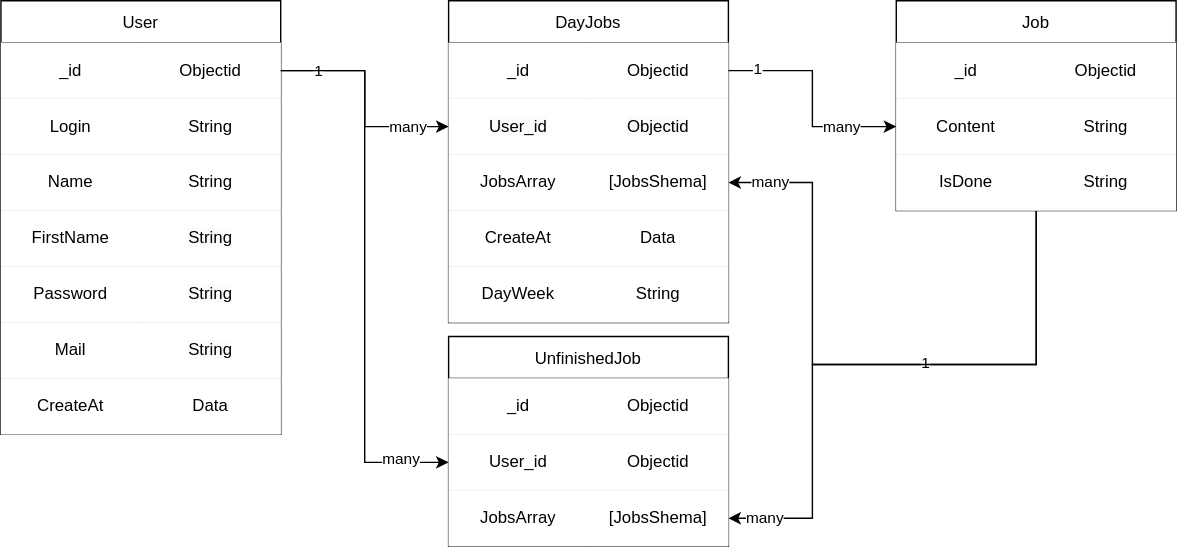
This is FireWeekDiagram.drawio.svg from lambehorn/FireWeek, a draw.io export, as it was before one commit. Source tidied: cells renumbered, new cells last; positions are measured from the earlier drawing's top-left corner, leaving out a move shared by most shapes.
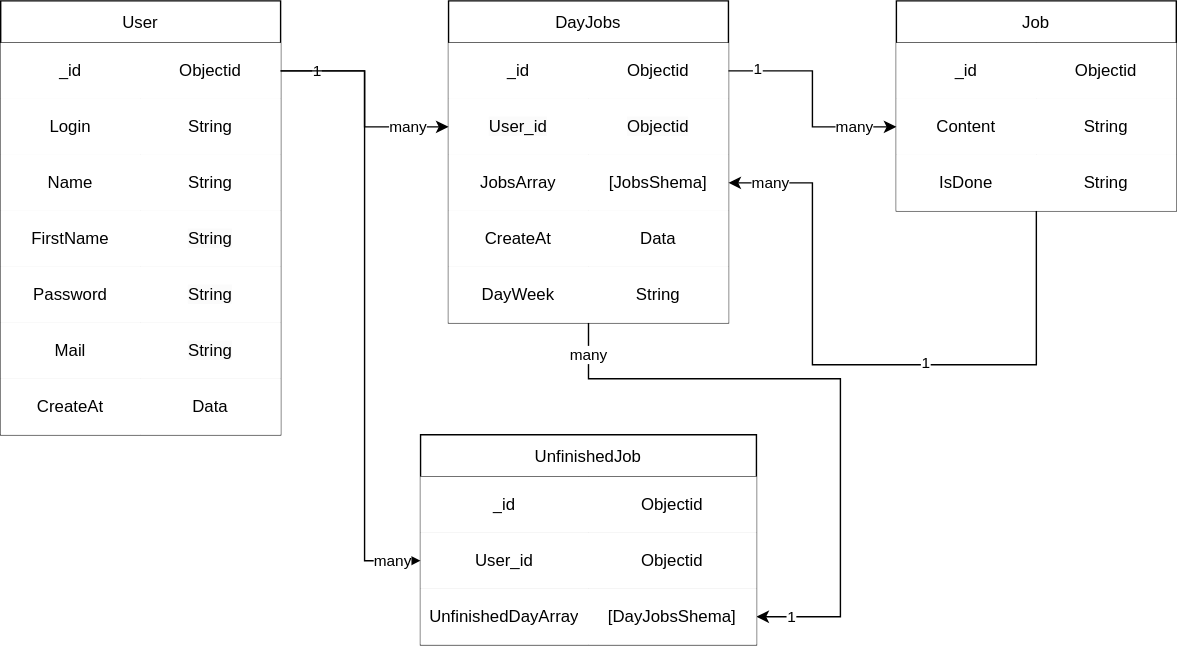
Later version of the same file.

Change to the diagram source:
```diff
@@ -68,6 +68,23 @@
     <mxCell id="23" value="Data" style="shape=partialRectangle;html=1;whiteSpace=wrap;overflow=hidden;top=0;left=0;bottom=0;right=0;" parent="21" vertex="1">
       <mxGeometry x="100" width="100" height="40" as="geometry" />
     </mxCell>
+    <mxCell id="73" style="edgeStyle=orthogonalEdgeStyle;rounded=0;jettySize=auto;html=1;" parent="1" edge="1" source="24" target="68">
+      <mxGeometry relative="1" as="geometry">
+        <Array as="points">
+          <mxPoint x="420" y="270" />
+          <mxPoint x="600" y="270" />
+          <mxPoint x="600" y="440" />
+        </Array>
+      </mxGeometry>
+    </mxCell>
+    <mxCell id="74" value="many" style="edgeLabel;html=1;align=center;verticalAlign=middle;" parent="73" vertex="1">
+      <mxGeometry x="-0.94" y="-1" relative="1" as="geometry">
+        <mxPoint x="1" y="9" as="offset" />
+      </mxGeometry>
+    </mxCell>
+    <mxCell id="75" value="1" style="edgeLabel;html=1;align=center;verticalAlign=middle;" parent="73" vertex="1">
+      <mxGeometry x="0.89" relative="1" as="geometry" />
+    </mxCell>
     <mxCell id="24" value="DayJobs" style="shape=table;startSize=30;" parent="1" vertex="1">
       <mxGeometry x="320" width="200" height="230" as="geometry" />
     </mxCell>
@@ -148,20 +165,6 @@
         <mxPoint x="-65" as="offset" />
       </mxGeometry>
     </mxCell>
-    <mxCell id="46" style="edgeStyle=orthogonalEdgeStyle;rounded=0;jettySize=auto;html=1;" parent="1" edge="1" source="48" target="68">
-      <mxGeometry relative="1" as="geometry">
-        <Array as="points">
-          <mxPoint x="740" y="260" />
-          <mxPoint x="580" y="260" />
-          <mxPoint x="580" y="370" />
-        </Array>
-      </mxGeometry>
-    </mxCell>
-    <mxCell id="47" value="many" style="edgeLabel;html=1;align=center;verticalAlign=middle;" parent="46" vertex="1">
-      <mxGeometry x="0.83" relative="1" as="geometry">
-        <mxPoint x="-12" as="offset" />
-      </mxGeometry>
-    </mxCell>
     <mxCell id="48" value="Job" style="shape=table;startSize=30;" parent="1" vertex="1">
       <mxGeometry x="640" width="200" height="150" as="geometry" />
     </mxCell>
@@ -205,46 +208,53 @@
         <mxPoint x="-7" as="offset" />
       </mxGeometry>
     </mxCell>
-    <mxCell id="60" value="many" style="edgeLabel;html=1;align=center;verticalAlign=middle;" parent="58" vertex="1">
-      <mxGeometry x="0.36" relative="1" as="geometry">
-        <mxPoint x="12" as="offset" />
-      </mxGeometry>
-    </mxCell>
+    <mxCell id="76" value="many" style="edgeLabel;html=1;align=center;verticalAlign=middle;" parent="58" vertex="1">
+      <mxGeometry x="0.52" y="3" relative="1" as="geometry">
+        <mxPoint x="8" y="3" as="offset" />
+      </mxGeometry>
+    </mxCell>
     <mxCell id="61" value="UnfinishedJob" style="shape=table;startSize=30;" parent="1" vertex="1">
-      <mxGeometry x="320" y="240" width="200" height="150" as="geometry" />
+      <mxGeometry x="300" y="310" width="240" height="150" as="geometry" />
     </mxCell>
     <mxCell id="62" style="shape=tableRow;horizontal=0;startSize=0;swimlaneHead=0;swimlaneBody=0;top=0;left=0;bottom=0;right=0;" parent="61" vertex="1">
-      <mxGeometry y="30" width="200" height="40" as="geometry" />
+      <mxGeometry y="30" width="240" height="40" as="geometry" />
     </mxCell>
     <mxCell id="63" value="_id" style="shape=partialRectangle;html=1;whiteSpace=wrap;overflow=hidden;top=0;left=0;bottom=0;right=0;" parent="62" vertex="1">
-      <mxGeometry width="100" height="40" as="geometry" />
+      <mxGeometry width="120" height="40" as="geometry" />
     </mxCell>
     <mxCell id="64" value="Objectid" style="shape=partialRectangle;html=1;whiteSpace=wrap;overflow=hidden;top=0;left=0;bottom=0;right=0;" parent="62" vertex="1">
-      <mxGeometry x="100" width="100" height="40" as="geometry" />
+      <mxGeometry x="120" width="120" height="40" as="geometry" />
     </mxCell>
     <mxCell id="65" style="shape=tableRow;horizontal=0;startSize=0;swimlaneHead=0;swimlaneBody=0;top=0;left=0;bottom=0;right=0;points=[[0,0.5],[1,0.5]];portConstraint=eastwest;" parent="61" vertex="1">
-      <mxGeometry y="70" width="200" height="40" as="geometry" />
+      <mxGeometry y="70" width="240" height="40" as="geometry" />
     </mxCell>
     <mxCell id="66" value="User_id" style="shape=partialRectangle;html=1;whiteSpace=wrap;overflow=hidden;top=0;left=0;bottom=0;right=0;" parent="65" vertex="1">
-      <mxGeometry width="100" height="40" as="geometry" />
+      <mxGeometry width="120" height="40" as="geometry" />
     </mxCell>
     <mxCell id="67" value="Objectid" style="shape=partialRectangle;html=1;whiteSpace=wrap;overflow=hidden;top=0;left=0;bottom=0;right=0;" parent="65" vertex="1">
-      <mxGeometry x="100" width="100" height="40" as="geometry" />
+      <mxGeometry x="120" width="120" height="40" as="geometry" />
     </mxCell>
     <mxCell id="68" style="shape=tableRow;horizontal=0;startSize=0;swimlaneHead=0;swimlaneBody=0;top=0;left=0;bottom=0;right=0;points=[[0,0.5],[1,0.5]];portConstraint=eastwest;" parent="61" vertex="1">
-      <mxGeometry y="110" width="200" height="40" as="geometry" />
+      <mxGeometry y="110" width="240" height="40" as="geometry" />
     </mxCell>
-    <mxCell id="69" value="JobsArray" style="shape=partialRectangle;html=1;whiteSpace=wrap;overflow=hidden;top=0;left=0;bottom=0;right=0;" parent="68" vertex="1">
-      <mxGeometry width="100" height="40" as="geometry" />
+    <mxCell id="69" value="UnfinishedDayArray" style="shape=partialRectangle;html=1;whiteSpace=wrap;overflow=hidden;top=0;left=0;bottom=0;right=0;" parent="68" vertex="1">
+      <mxGeometry width="120" height="40" as="geometry" />
     </mxCell>
-    <mxCell id="70" value="[JobsShema]" style="shape=partialRectangle;html=1;whiteSpace=wrap;overflow=hidden;top=0;left=0;bottom=0;right=0;" parent="68" vertex="1">
-      <mxGeometry x="100" width="100" height="40" as="geometry" />
+    <mxCell id="70" value="[DayJobsShema]" style="shape=partialRectangle;html=1;whiteSpace=wrap;overflow=hidden;top=0;left=0;bottom=0;right=0;" parent="68" vertex="1">
+      <mxGeometry x="120" width="120" height="40" as="geometry" />
     </mxCell>
     <mxCell id="71" style="edgeStyle=orthogonalEdgeStyle;rounded=0;jettySize=auto;html=1;" parent="1" edge="1" source="3" target="65">
-      <mxGeometry relative="1" as="geometry" />
+      <mxGeometry relative="1" as="geometry">
+        <Array as="points">
+          <mxPoint x="260" y="50" />
+          <mxPoint x="260" y="400" />
+        </Array>
+      </mxGeometry>
     </mxCell>
     <mxCell id="72" value="many" style="edgeLabel;html=1;align=center;verticalAlign=middle;" parent="71" vertex="1">
-      <mxGeometry x="0.83" y="2" relative="1" as="geometry" />
+      <mxGeometry x="0.83" y="2" relative="1" as="geometry">
+        <mxPoint x="18" y="2" as="offset" />
+      </mxGeometry>
     </mxCell>
   </root>
 </mxGraphModel>
```
